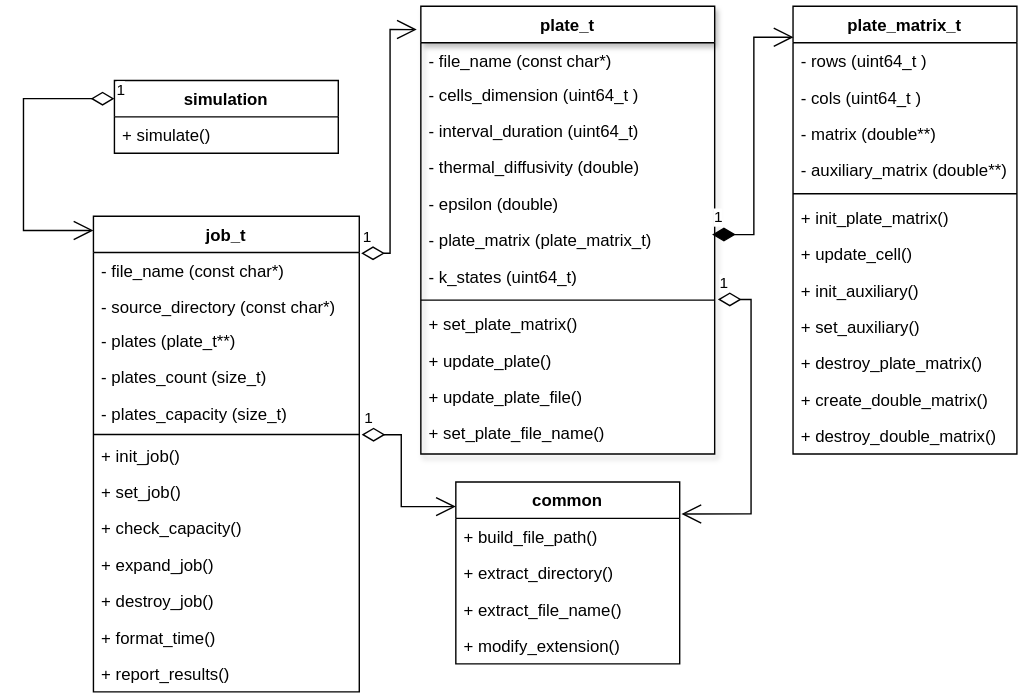
This is homeworks/serial/design/heat_simul_uml.svg from evaanchn/concurrente2025a-evan-chen, a draw.io export, as it was before one commit. Source tidied: cells renumbered, new cells last; positions are measured from the earlier drawing's top-left corner, leaving out a move shared by most shapes.
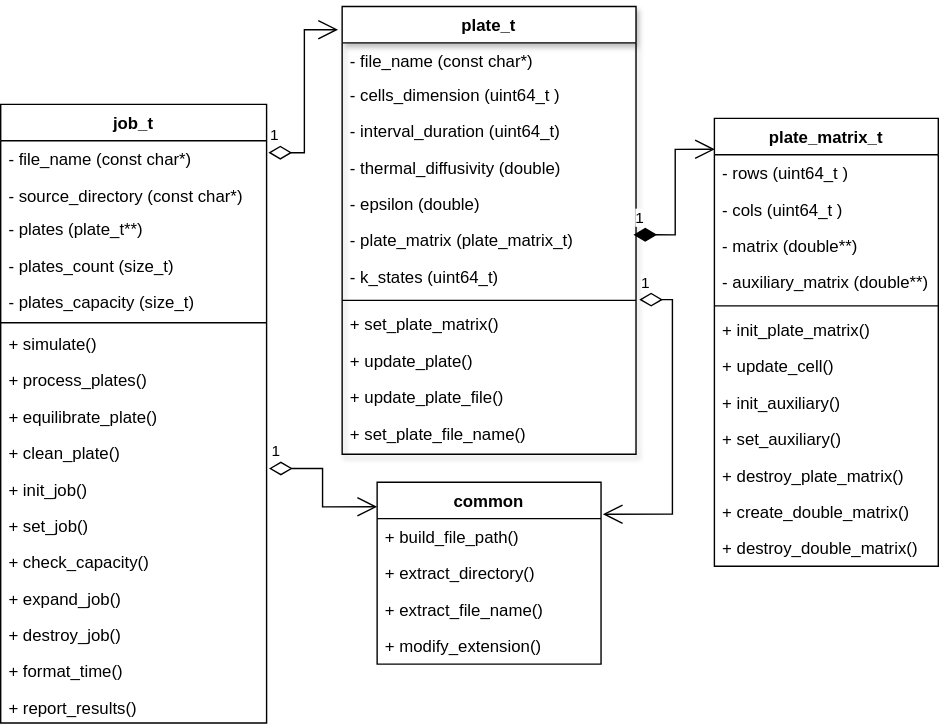
Later version of the same file.

Commit message:
homeworks/serial/design: Refined design readme and updated pseudocode, uml. Closes #9

The edit, as a diff of the source:
```diff
@@ -2,12 +2,6 @@
   <root>
     <mxCell id="0" />
     <mxCell id="1" parent="0" />
-    <mxCell id="2" value="simulation" style="swimlane;fontStyle=1;align=center;verticalAlign=top;horizontal=1;startSize=26;rounded=0;shadow=0;strokeWidth=1;" parent="1" vertex="1">
-      <mxGeometry x="65" y="53" width="160" height="52" as="geometry" />
-    </mxCell>
-    <mxCell id="3" value="+ simulate()" style="text;align=left;verticalAlign=top;spacingLeft=4;spacingRight=4;overflow=hidden;" parent="2" vertex="1">
-      <mxGeometry y="26" width="160" height="26" as="geometry" />
-    </mxCell>
     <mxCell id="4" value="plate_t" style="swimlane;fontStyle=1;align=center;verticalAlign=top;horizontal=1;startSize=26;rounded=0;shadow=1;strokeWidth=1;" parent="1" vertex="1">
       <mxGeometry x="284" width="210" height="320" as="geometry" />
     </mxCell>
@@ -48,7 +42,7 @@
       <mxGeometry y="292" width="210" height="26" as="geometry" />
     </mxCell>
     <mxCell id="17" value="plate_matrix_t" style="swimlane;fontStyle=1;align=center;verticalAlign=top;horizontal=1;startSize=26;rounded=0;shadow=0;strokeWidth=1;" parent="1" vertex="1">
-      <mxGeometry x="550" width="160" height="320" as="geometry" />
+      <mxGeometry x="550" y="80" width="160" height="320" as="geometry" />
     </mxCell>
     <mxCell id="18" value="- rows (uint64_t )" style="text;align=left;verticalAlign=top;spacingLeft=4;spacingRight=4;overflow=hidden;rounded=0;shadow=0;html=0;" parent="17" vertex="1">
       <mxGeometry y="26" width="160" height="26" as="geometry" />
@@ -93,7 +87,7 @@
       <mxGeometry x="-1" y="3" relative="1" as="geometry" />
     </mxCell>
     <mxCell id="32" value="job_t" style="swimlane;fontStyle=1;align=center;verticalAlign=top;horizontal=1;startSize=26;rounded=0;shadow=0;strokeWidth=1;" parent="1" vertex="1">
-      <mxGeometry x="50" y="150" width="190" height="340" as="geometry" />
+      <mxGeometry x="40" y="70" width="190" height="442" as="geometry" />
     </mxCell>
     <mxCell id="33" value="- file_name (const char*)" style="text;align=left;verticalAlign=top;spacingLeft=4;spacingRight=4;overflow=hidden;" parent="32" vertex="1">
       <mxGeometry y="26" width="190" height="26" as="geometry" />
@@ -113,35 +107,39 @@
     <mxCell id="38" style="line;html=1;strokeWidth=1;align=left;verticalAlign=middle;spacingTop=-1;spacingLeft=3;spacingRight=3;labelPosition=right;" parent="32" vertex="1">
       <mxGeometry y="154" width="190" height="4" as="geometry" />
     </mxCell>
+    <mxCell id="3" value="+ simulate()" style="text;align=left;verticalAlign=top;spacingLeft=4;spacingRight=4;overflow=hidden;" parent="32" vertex="1">
+      <mxGeometry y="158" width="190" height="26" as="geometry" />
+    </mxCell>
+    <mxCell id="54" value="+ process_plates()" style="text;align=left;verticalAlign=top;spacingLeft=4;spacingRight=4;overflow=hidden;" parent="32" vertex="1">
+      <mxGeometry y="184" width="190" height="26" as="geometry" />
+    </mxCell>
+    <mxCell id="55" value="+ equilibrate_plate()" style="text;align=left;verticalAlign=top;spacingLeft=4;spacingRight=4;overflow=hidden;" parent="32" vertex="1">
+      <mxGeometry y="210" width="190" height="26" as="geometry" />
+    </mxCell>
+    <mxCell id="56" value="+ clean_plate()" style="text;align=left;verticalAlign=top;spacingLeft=4;spacingRight=4;overflow=hidden;" parent="32" vertex="1">
+      <mxGeometry y="236" width="190" height="26" as="geometry" />
+    </mxCell>
     <mxCell id="39" value="+ init_job()" style="text;align=left;verticalAlign=top;spacingLeft=4;spacingRight=4;overflow=hidden;points=[[0,0.5],[1,0.5]];portConstraint=eastwest;" parent="32" vertex="1">
-      <mxGeometry y="158" width="190" height="26" as="geometry" />
+      <mxGeometry y="262" width="190" height="26" as="geometry" />
     </mxCell>
     <mxCell id="40" value="+ set_job()" style="text;align=left;verticalAlign=top;spacingLeft=4;spacingRight=4;overflow=hidden;" parent="32" vertex="1">
-      <mxGeometry y="184" width="190" height="26" as="geometry" />
+      <mxGeometry y="288" width="190" height="26" as="geometry" />
     </mxCell>
     <mxCell id="41" value="+ check_capacity()" style="text;align=left;verticalAlign=top;spacingLeft=4;spacingRight=4;overflow=hidden;" parent="32" vertex="1">
-      <mxGeometry y="210" width="190" height="26" as="geometry" />
+      <mxGeometry y="314" width="190" height="26" as="geometry" />
     </mxCell>
     <mxCell id="42" value="+ expand_job()" style="text;align=left;verticalAlign=top;spacingLeft=4;spacingRight=4;overflow=hidden;" parent="32" vertex="1">
-      <mxGeometry y="236" width="190" height="26" as="geometry" />
+      <mxGeometry y="340" width="190" height="26" as="geometry" />
     </mxCell>
     <mxCell id="43" value="+ destroy_job()" style="text;align=left;verticalAlign=top;spacingLeft=4;spacingRight=4;overflow=hidden;" parent="32" vertex="1">
-      <mxGeometry y="262" width="190" height="26" as="geometry" />
+      <mxGeometry y="366" width="190" height="26" as="geometry" />
     </mxCell>
     <mxCell id="44" value="+ format_time()" style="text;align=left;verticalAlign=top;spacingLeft=4;spacingRight=4;overflow=hidden;" parent="32" vertex="1">
-      <mxGeometry y="288" width="190" height="26" as="geometry" />
+      <mxGeometry y="392" width="190" height="26" as="geometry" />
     </mxCell>
     <mxCell id="45" value="+ report_results()" style="text;align=left;verticalAlign=top;spacingLeft=4;spacingRight=4;overflow=hidden;" parent="32" vertex="1">
-      <mxGeometry y="314" width="190" height="24" as="geometry" />
+      <mxGeometry y="418" width="190" height="24" as="geometry" />
     </mxCell>
-    <mxCell id="46" value="1" style="endArrow=open;html=1;endSize=12;startArrow=diamondThin;startSize=14;startFill=0;edgeStyle=orthogonalEdgeStyle;align=left;verticalAlign=bottom;rounded=0;exitX=0;exitY=0.25;exitDx=0;exitDy=0;entryX=0;entryY=0.03;entryDx=0;entryDy=0;entryPerimeter=0;" parent="1" edge="1" source="2" target="32">
-      <mxGeometry x="-1" y="3" relative="1" as="geometry">
-        <Array as="points">
-          <mxPoint y="66" />
-          <mxPoint y="160" />
-        </Array>
-      </mxGeometry>
-    </mxCell>
     <mxCell id="47" value="common" style="swimlane;fontStyle=1;align=center;verticalAlign=top;horizontal=1;startSize=26;rounded=0;shadow=0;strokeWidth=1;" parent="1" vertex="1">
       <mxGeometry x="309" y="340" width="160" height="130" as="geometry" />
     </mxCell>
@@ -160,7 +158,7 @@
     <mxCell id="52" value="1" style="endArrow=open;html=1;endSize=12;startArrow=diamondThin;startSize=14;startFill=0;edgeStyle=orthogonalEdgeStyle;align=left;verticalAlign=bottom;rounded=0;exitX=1.009;exitY=-0.071;exitDx=0;exitDy=0;entryX=0;entryY=0.135;entryDx=0;entryDy=0;entryPerimeter=0;exitPerimeter=0;" parent="1" edge="1" source="39" target="47">
       <mxGeometry x="-1" y="3" relative="1" as="geometry">
         <Array as="points">
-          <mxPoint x="270" y="306" />
+          <mxPoint x="270" y="330" />
           <mxPoint x="270" y="358" />
         </Array>
       </mxGeometry>
```
